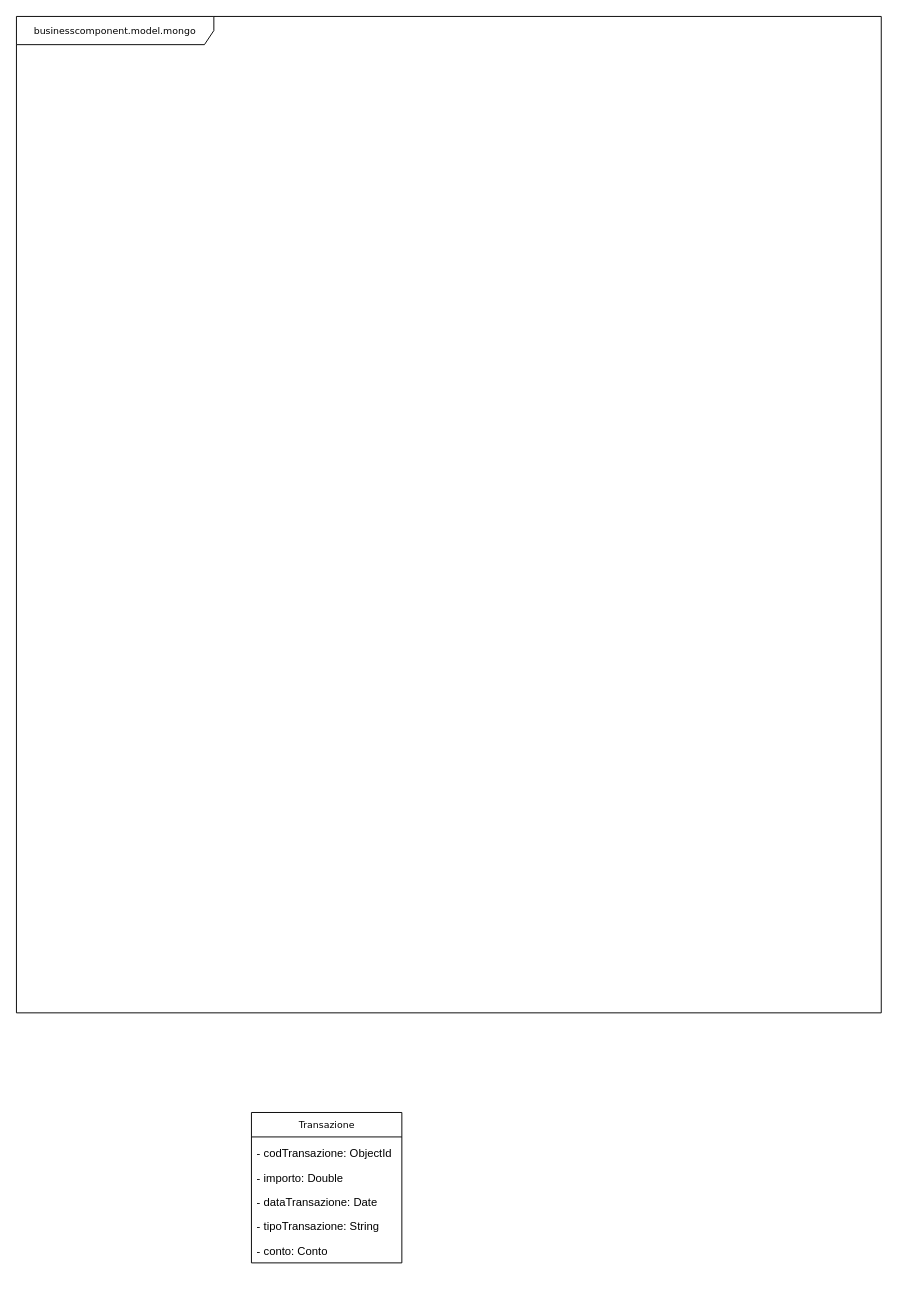
Above: page "modelMongo" (2 of 4) of DiagrammaCalssi.drawio in davide-vigano-tas/applicazione-bancaria (draw.io), before the change. Source tidied: cells renumbered, new cells numbered last; positions are measured from the earlier drawing's top-left corner, leaving out a move shared by most shapes. Both pictures are drawn from the tidied source at 94%, with x=0, y=0 at pixel (16, 16).
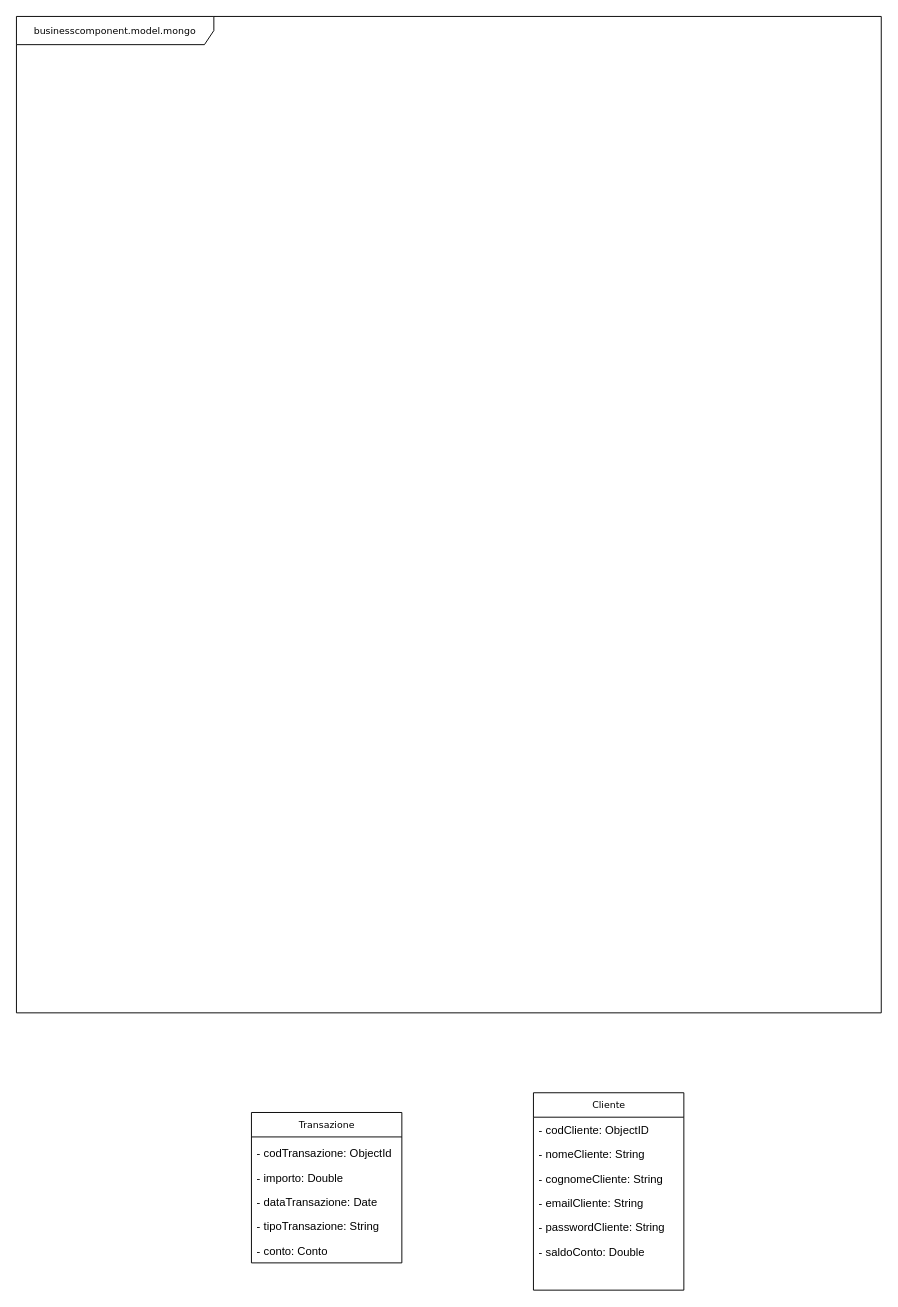
After the change.

The edit, as a diff of the source:
```diff
@@
 <mxGraphModel>
   <root>
     <mxCell id="0" />
     <mxCell id="1" parent="0" />
     <mxCell id="2" value="businesscomponent.model.mongo" style="shape=umlFrame;whiteSpace=wrap;html=1;rounded=0;shadow=0;comic=0;labelBackgroundColor=none;strokeWidth=1;fontFamily=Verdana;fontSize=10;align=center;width=210;height=30;" parent="1" vertex="1">
       <mxGeometry width="920" height="1060" as="geometry" />
     </mxCell>
     <mxCell id="3" style="group;" parent="1" vertex="1">
       <mxGeometry x="250" y="1170" width="160" height="160" as="geometry" />
     </mxCell>
     <mxCell id="4" value="Transazione" style="swimlane;html=1;fontStyle=0;horizontal=1;startSize=26;fillColor=none;swimlaneFillColor=#ffffff;rounded=0;shadow=0;comic=0;labelBackgroundColor=none;strokeWidth=1;fontFamily=Verdana;fontSize=10;align=center;" parent="3" vertex="1">
       <mxGeometry y="-4" width="160" height="160" as="geometry" />
     </mxCell>
     <mxCell id="5" value="- codTransazione: ObjectId" style="text;html=1;strokeColor=none;fillColor=none;align=left;verticalAlign=top;spacingLeft=4;spacingRight=4;whiteSpace=wrap;overflow=hidden;" parent="3" vertex="1">
       <mxGeometry y="26" width="160" height="26" as="geometry" />
     </mxCell>
     <mxCell id="6" value="- importo: Double" style="text;html=1;strokeColor=none;fillColor=none;align=left;verticalAlign=top;spacingLeft=4;spacingRight=4;whiteSpace=wrap;overflow=hidden;" parent="3" vertex="1">
       <mxGeometry y="52" width="160" height="26" as="geometry" />
     </mxCell>
     <mxCell id="7" value="- dataTransazione: Date" style="text;html=1;strokeColor=none;fillColor=none;align=left;verticalAlign=top;spacingLeft=4;spacingRight=4;whiteSpace=wrap;overflow=hidden;" parent="3" vertex="1">
       <mxGeometry y="78" width="160" height="26" as="geometry" />
     </mxCell>
     <mxCell id="8" value="- tipoTransazione: String" style="text;html=1;strokeColor=none;fillColor=none;align=left;verticalAlign=top;spacingLeft=4;spacingRight=4;whiteSpace=wrap;overflow=hidden;" parent="3" vertex="1">
       <mxGeometry y="104" width="160" height="26" as="geometry" />
     </mxCell>
     <mxCell id="9" value="- conto: Conto" style="text;html=1;strokeColor=none;fillColor=none;align=left;verticalAlign=top;spacingLeft=4;spacingRight=4;whiteSpace=wrap;overflow=hidden;" parent="3" vertex="1">
       <mxGeometry y="130" width="160" height="26" as="geometry" />
     </mxCell>
+    <mxCell id="10" value="Cliente" style="swimlane;html=1;fontStyle=0;horizontal=1;startSize=26;fillColor=none;swimlaneFillColor=#ffffff;rounded=0;shadow=0;comic=0;labelBackgroundColor=none;strokeWidth=1;fontFamily=Verdana;fontSize=10;align=center;" parent="1" vertex="1">
+      <mxGeometry x="550" y="1145" width="160" height="210" as="geometry" />
+    </mxCell>
+    <mxCell id="11" value="- codCliente: ObjectID" style="text;html=1;strokeColor=none;fillColor=none;align=left;verticalAlign=top;spacingLeft=4;spacingRight=4;whiteSpace=wrap;overflow=hidden;" parent="10" vertex="1">
+      <mxGeometry y="26" width="160" height="26" as="geometry" />
+    </mxCell>
+    <mxCell id="12" value="- nomeCliente: String" style="text;html=1;strokeColor=none;fillColor=none;align=left;verticalAlign=top;spacingLeft=4;spacingRight=4;whiteSpace=wrap;overflow=hidden;" parent="10" vertex="1">
+      <mxGeometry y="52" width="160" height="26" as="geometry" />
+    </mxCell>
+    <mxCell id="13" value="- cognomeCliente: String" style="text;html=1;strokeColor=none;fillColor=none;align=left;verticalAlign=top;spacingLeft=4;spacingRight=4;whiteSpace=wrap;overflow=hidden;" parent="10" vertex="1">
+      <mxGeometry y="78" width="160" height="26" as="geometry" />
+    </mxCell>
+    <mxCell id="14" value="- emailCliente: String" style="text;html=1;strokeColor=none;fillColor=none;align=left;verticalAlign=top;spacingLeft=4;spacingRight=4;whiteSpace=wrap;overflow=hidden;" parent="10" vertex="1">
+      <mxGeometry y="104" width="160" height="26" as="geometry" />
+    </mxCell>
+    <mxCell id="15" value="- passwordCliente: String" style="text;html=1;strokeColor=none;fillColor=none;align=left;verticalAlign=top;spacingLeft=4;spacingRight=4;whiteSpace=wrap;overflow=hidden;" parent="10" vertex="1">
+      <mxGeometry y="130" width="160" height="26" as="geometry" />
+    </mxCell>
+    <mxCell id="16" value="- saldoConto: Double" style="text;html=1;strokeColor=none;fillColor=none;align=left;verticalAlign=top;spacingLeft=4;spacingRight=4;whiteSpace=wrap;overflow=hidden;" parent="10" vertex="1">
+      <mxGeometry y="156" width="160" height="26" as="geometry" />
+    </mxCell>
   </root>
 </mxGraphModel>
```
